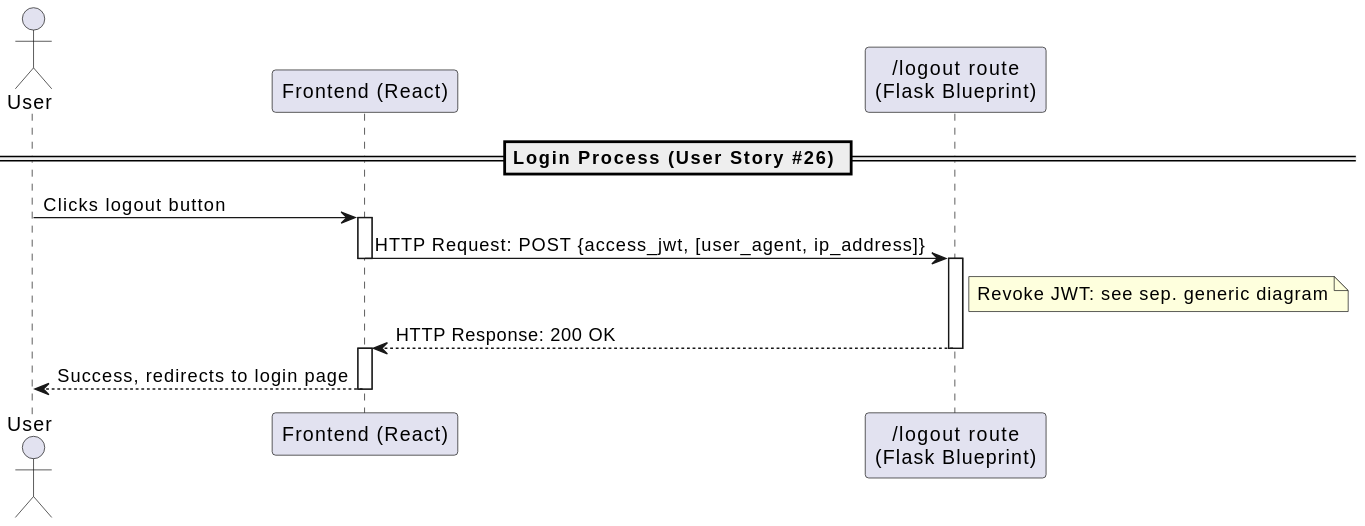
Earlier version of the PlantUML export docs/out/diagrams/uml/sequence/account_management/authentication_process/LogoutSequence.svg (dominikoetiker/TheMentalLoadHub). Its diagram source:
```plantuml
@startuml
actor "User" as AppUser
participant "Frontend (React)" as FE
participant "/logout route\n(Flask Blueprint)" as LR

== Login Process (User Story #26) ==
AppUser -> FE : Clicks logout button
activate FE
FE -> LR : HTTP Request: POST {access_jwt, [user_agent, ip_address]}
deactivate FE
activate LR
note right of LR : Revoke JWT: see sep. generic diagram
FE <-- LR : HTTP Response: 200 OK
deactivate LR
activate FE
AppUser <-- FE : Success, redirects to login page
deactivate FE
@enduml
```
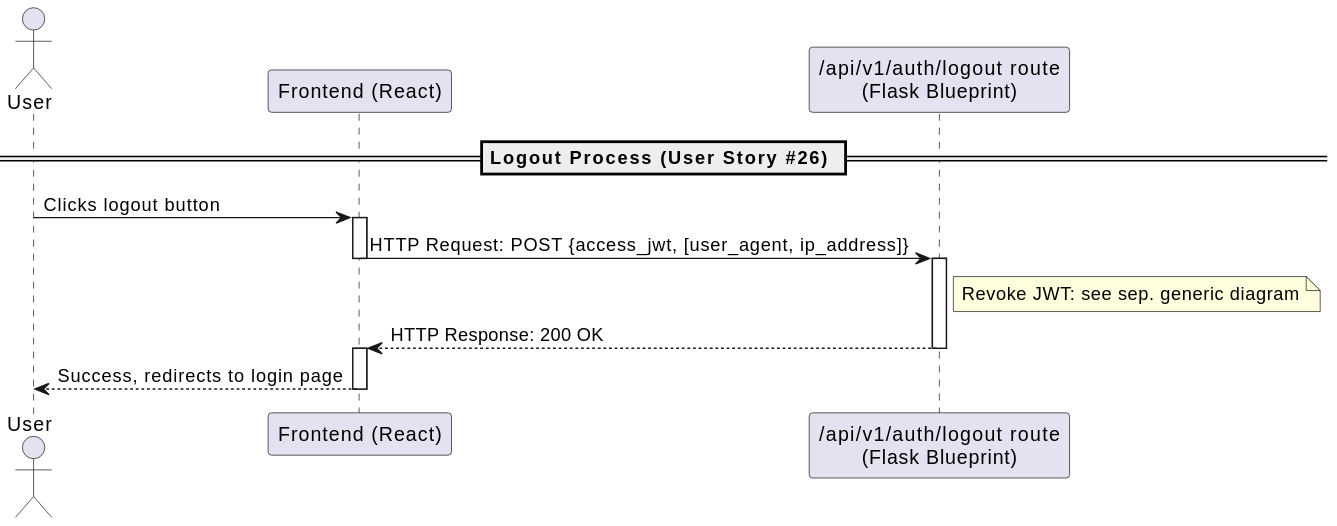
The same file after the commit.

Change to the diagram source:
```diff
@@ -1,18 +1,18 @@
 @startuml
-actor "User" as AppUser
+actor "User" as User
 participant "Frontend (React)" as FE
-participant "/logout route\n(Flask Blueprint)" as LR
+participant "/api/v1/auth/logout route\n(Flask Blueprint)" as ALoR
 
-== Login Process (User Story #26) ==
-AppUser -> FE : Clicks logout button
+== Logout Process (User Story #26) ==
+User -> FE : Clicks logout button
 activate FE
-FE -> LR : HTTP Request: POST {access_jwt, [user_agent, ip_address]}
+FE -> ALoR : HTTP Request: POST {access_jwt, [user_agent, ip_address]}
 deactivate FE
-activate LR
-note right of LR : Revoke JWT: see sep. generic diagram
-FE <-- LR : HTTP Response: 200 OK
-deactivate LR
+activate ALoR
+note right of ALoR : Revoke JWT: see sep. generic diagram
+FE <-- ALoR : HTTP Response: 200 OK
+deactivate ALoR
 activate FE
-AppUser <-- FE : Success, redirects to login page
+User <-- FE : Success, redirects to login page
 deactivate FE
 @enduml
```
